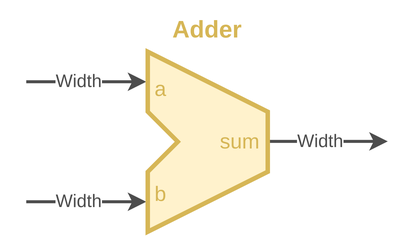
The draw.io diagram xmint/design/Adder.png in Dark-GreenCat/xmint, before a commit. Source tidied: cells renumbered, new cells last; positions are measured from the earlier drawing's top-left corner, leaving out a move shared by most shapes.
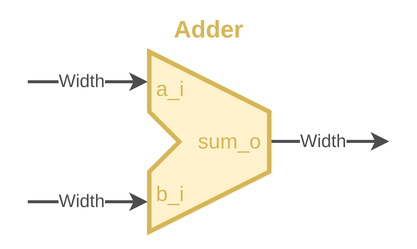
Later version of the same file.

Change to the diagram source:
```diff
@@ -50,13 +50,13 @@
     <mxCell id="12" style="triangle;whiteSpace=wrap;html=1;labelBackgroundColor=none;strokeColor=none;strokeWidth=3;fontSize=12;fillColor=default;" parent="10" vertex="1">
       <mxGeometry x="-2" y="40" width="20" height="40" as="geometry" />
     </mxCell>
-    <mxCell id="13" value="sum" style="text;html=1;strokeColor=none;fillColor=none;align=right;verticalAlign=middle;whiteSpace=wrap;rounded=0;fontSize=14;fontColor=#D6B656;" parent="10" vertex="1">
+    <mxCell id="13" value="sum_o" style="text;html=1;strokeColor=none;fillColor=none;align=right;verticalAlign=middle;whiteSpace=wrap;rounded=0;fontSize=14;fontColor=#D6B656;" parent="10" vertex="1">
       <mxGeometry x="17" y="50" width="60" height="20" as="geometry" />
     </mxCell>
-    <mxCell id="14" value="b" style="text;html=1;strokeColor=none;fillColor=none;align=left;verticalAlign=middle;whiteSpace=wrap;rounded=0;fontSize=14;fontColor=#D6B656;" parent="10" vertex="1">
+    <mxCell id="14" value="b_i" style="text;html=1;strokeColor=none;fillColor=none;align=left;verticalAlign=middle;whiteSpace=wrap;rounded=0;fontSize=14;fontColor=#D6B656;" parent="10" vertex="1">
       <mxGeometry x="3" y="80" width="20" height="30" as="geometry" />
     </mxCell>
-    <mxCell id="15" value="a" style="text;html=1;strokeColor=none;fillColor=none;align=left;verticalAlign=middle;whiteSpace=wrap;rounded=0;fontSize=14;fontColor=#D6B656;" parent="10" vertex="1">
+    <mxCell id="15" value="a_i" style="text;html=1;strokeColor=none;fillColor=none;align=left;verticalAlign=middle;whiteSpace=wrap;rounded=0;fontSize=14;fontColor=#D6B656;" parent="10" vertex="1">
       <mxGeometry x="3" y="10" width="20" height="30" as="geometry" />
     </mxCell>
   </root>
```
